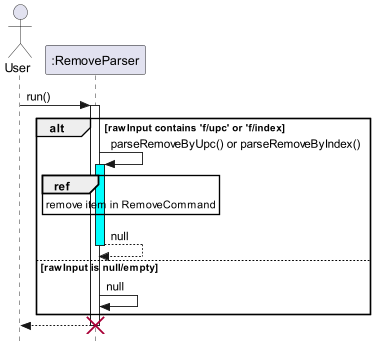
Before: docs/UML/Remove/RemoveParser.png, a diagram exported from PlantUML (nus-cs2113-AY2223S2/tp).
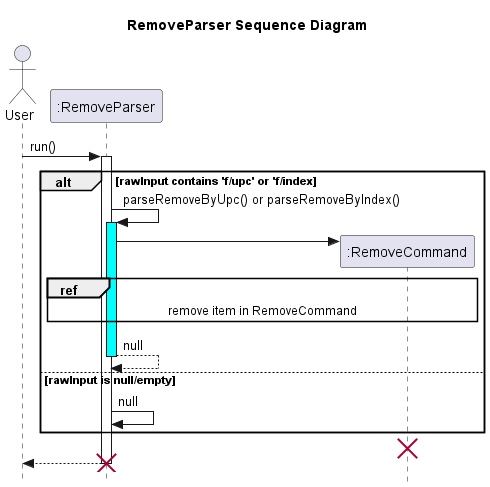
The same diagram one commit later.

Change to the diagram source:
```diff
@@ -1,7 +1,7 @@
 @startuml
+title RemoveParser Sequence Diagram
 
 actor User
-
 skinparam style strictuml
 User -> ":RemoveParser": run()
 activate ":RemoveParser"
@@ -9,14 +9,16 @@
 
     ":RemoveParser" -> ":RemoveParser": parseRemoveByUpc() or parseRemoveByIndex()
     activate ":RemoveParser" #cyan
-    ref over ":RemoveParser"
-    remove item in RemoveCommand
-    end ref
+    ":RemoveParser" -> ":RemoveCommand"**
+        ref over ":RemoveCommand", ":RemoveParser"
+        remove item in RemoveCommand
+        end ref
     return null
 else rawInput is null/empty
     ":RemoveParser" -> ":RemoveParser": null
 end
 
+destroy ":RemoveCommand"
 return
 destroy ":RemoveParser"
 @enduml
```
